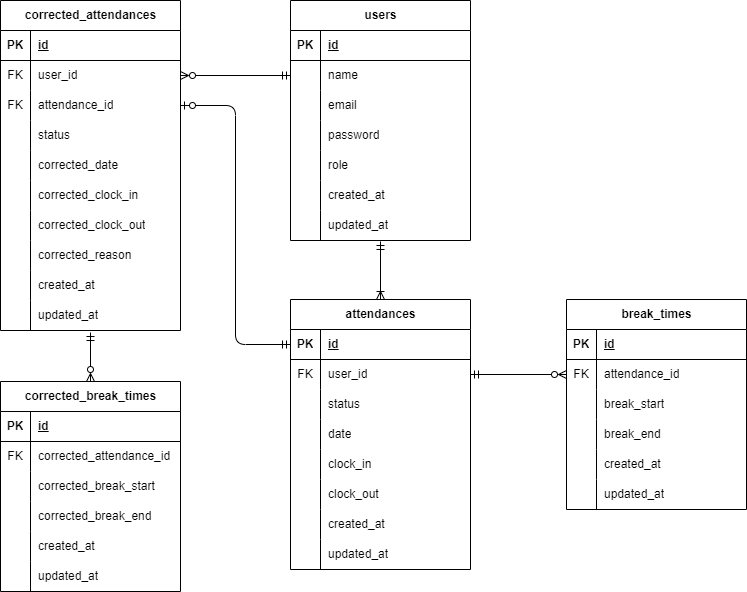
Above: attendance.drawio.png in revoLeminA/attendance (draw.io), before the change. Source tidied: cells renumbered, new cells last; positions are measured from the earlier drawing's top-left corner, leaving out a move shared by most shapes.
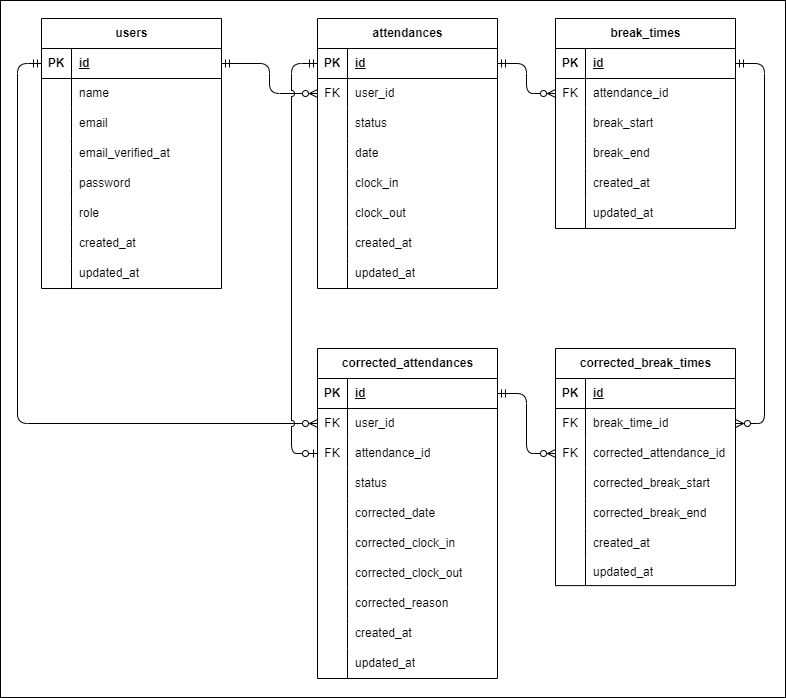
The same diagram one commit later.

Change to the diagram source:
```diff
@@ -2,8 +2,11 @@
   <root>
     <mxCell id="0" />
     <mxCell id="1" parent="0" />
+    <mxCell id="123" style="rounded=0;whiteSpace=wrap;html=1;" parent="1" vertex="1">
+      <mxGeometry x="-9" y="-46" width="785" height="697" as="geometry" />
+    </mxCell>
     <mxCell id="2" value="users" style="shape=table;startSize=30;rowLines=0;fontStyle=1;align=center;html=1;" parent="1" vertex="1">
-      <mxGeometry x="290" width="180" height="240" as="geometry" />
+      <mxGeometry x="32" y="-28" width="180" height="270" as="geometry" />
     </mxCell>
     <mxCell id="3" style="shape=tableRow;horizontal=0;startSize=0;swimlaneHead=0;swimlaneBody=0;fillColor=none;points=[[0,0.5],[1,0.5]];portConstraint=eastwest;top=0;left=0;right=0;bottom=1;" parent="2" vertex="1">
       <mxGeometry y="30" width="180" height="30" as="geometry" />
@@ -32,8 +35,17 @@
     <mxCell id="11" value="email" style="shape=partialRectangle;fillColor=none;top=0;left=0;bottom=0;right=0;align=left;spacingLeft=6;overflow=hidden;whiteSpace=wrap;html=1;" parent="9" vertex="1">
       <mxGeometry x="30" width="150" height="30" as="geometry" />
     </mxCell>
+    <mxCell id="124" style="shape=tableRow;horizontal=0;startSize=0;swimlaneHead=0;swimlaneBody=0;fillColor=none;top=0;left=0;right=0;bottom=0;" parent="2" vertex="1">
+      <mxGeometry y="120" width="180" height="30" as="geometry" />
+    </mxCell>
+    <mxCell id="125" style="shape=partialRectangle;fillColor=none;top=0;left=0;bottom=0;right=0;overflow=hidden;whiteSpace=wrap;html=1;" parent="124" vertex="1">
+      <mxGeometry width="30" height="30" as="geometry" />
+    </mxCell>
+    <mxCell id="126" value="email_verified_at" style="shape=partialRectangle;fillColor=none;top=0;left=0;bottom=0;right=0;align=left;spacingLeft=6;overflow=hidden;whiteSpace=wrap;html=1;" parent="124" vertex="1">
+      <mxGeometry x="30" width="150" height="30" as="geometry" />
+    </mxCell>
     <mxCell id="12" style="shape=tableRow;horizontal=0;startSize=0;swimlaneHead=0;swimlaneBody=0;fillColor=none;top=0;left=0;right=0;bottom=0;" parent="2" vertex="1">
-      <mxGeometry y="120" width="180" height="30" as="geometry" />
+      <mxGeometry y="150" width="180" height="30" as="geometry" />
     </mxCell>
     <mxCell id="13" style="shape=partialRectangle;fillColor=none;top=0;left=0;bottom=0;right=0;overflow=hidden;whiteSpace=wrap;html=1;" parent="12" vertex="1">
       <mxGeometry width="30" height="30" as="geometry" />
@@ -42,7 +54,7 @@
       <mxGeometry x="30" width="150" height="30" as="geometry" />
     </mxCell>
     <mxCell id="15" style="shape=tableRow;horizontal=0;startSize=0;swimlaneHead=0;swimlaneBody=0;fillColor=none;top=0;left=0;right=0;bottom=0;" parent="2" vertex="1">
-      <mxGeometry y="150" width="180" height="30" as="geometry" />
+      <mxGeometry y="180" width="180" height="30" as="geometry" />
     </mxCell>
     <mxCell id="16" style="shape=partialRectangle;fillColor=none;top=0;left=0;bottom=0;right=0;overflow=hidden;whiteSpace=wrap;html=1;" parent="15" vertex="1">
       <mxGeometry width="30" height="30" as="geometry" />
@@ -51,7 +63,7 @@
       <mxGeometry x="30" width="150" height="30" as="geometry" />
     </mxCell>
     <mxCell id="18" style="shape=tableRow;horizontal=0;startSize=0;swimlaneHead=0;swimlaneBody=0;fillColor=none;top=0;left=0;right=0;bottom=0;" parent="2" vertex="1">
-      <mxGeometry y="180" width="180" height="30" as="geometry" />
+      <mxGeometry y="210" width="180" height="30" as="geometry" />
     </mxCell>
     <mxCell id="19" style="shape=partialRectangle;fillColor=none;top=0;left=0;bottom=0;right=0;overflow=hidden;whiteSpace=wrap;html=1;" parent="18" vertex="1">
       <mxGeometry width="30" height="30" as="geometry" />
@@ -60,7 +72,7 @@
       <mxGeometry x="30" width="150" height="30" as="geometry" />
     </mxCell>
     <mxCell id="21" style="shape=tableRow;horizontal=0;startSize=0;swimlaneHead=0;swimlaneBody=0;fillColor=none;points=[[0,0.5],[1,0.5]];portConstraint=eastwest;top=0;left=0;right=0;bottom=0;" parent="2" vertex="1">
-      <mxGeometry y="210" width="180" height="30" as="geometry" />
+      <mxGeometry y="240" width="180" height="30" as="geometry" />
     </mxCell>
     <mxCell id="22" style="shape=partialRectangle;fillColor=none;top=0;left=0;bottom=0;right=0;overflow=hidden;whiteSpace=wrap;html=1;" parent="21" vertex="1">
       <mxGeometry width="30" height="30" as="geometry" />
@@ -69,7 +81,7 @@
       <mxGeometry x="30" width="150" height="30" as="geometry" />
     </mxCell>
     <mxCell id="24" value="attendances" style="shape=table;startSize=30;rowLines=0;fontStyle=1;align=center;html=1;" parent="1" vertex="1">
-      <mxGeometry x="290" y="299" width="180" height="270" as="geometry" />
+      <mxGeometry x="308" y="-28" width="180" height="270" as="geometry" />
     </mxCell>
     <mxCell id="25" style="shape=tableRow;horizontal=0;startSize=0;swimlaneHead=0;swimlaneBody=0;fillColor=none;points=[[0,0.5],[1,0.5]];portConstraint=eastwest;top=0;left=0;right=0;bottom=1;" parent="24" vertex="1">
       <mxGeometry y="30" width="180" height="30" as="geometry" />
@@ -144,7 +156,7 @@
       <mxGeometry x="30" width="150" height="30" as="geometry" />
     </mxCell>
     <mxCell id="49" value="break_times" style="shape=table;startSize=30;rowLines=0;fontStyle=1;align=center;html=1;" parent="1" vertex="1">
-      <mxGeometry x="566" y="299" width="180" height="210" as="geometry" />
+      <mxGeometry x="546" y="-28" width="180" height="210" as="geometry" />
     </mxCell>
     <mxCell id="50" style="shape=tableRow;horizontal=0;startSize=0;swimlaneHead=0;swimlaneBody=0;fillColor=none;points=[[0,0.5],[1,0.5]];portConstraint=eastwest;top=0;left=0;right=0;bottom=1;" parent="49" vertex="1">
       <mxGeometry y="30" width="180" height="30" as="geometry" />
@@ -201,7 +213,7 @@
       <mxGeometry x="30" width="150" height="30" as="geometry" />
     </mxCell>
     <mxCell id="68" value="corrected_attendances" style="shape=table;startSize=30;rowLines=0;fontStyle=1;align=center;html=1;" parent="1" vertex="1">
-      <mxGeometry width="180" height="330" as="geometry" />
+      <mxGeometry x="308" y="302" width="180" height="330" as="geometry" />
     </mxCell>
     <mxCell id="69" style="shape=tableRow;horizontal=0;startSize=0;swimlaneHead=0;swimlaneBody=0;fillColor=none;points=[[0,0.5],[1,0.5]];portConstraint=eastwest;top=0;left=0;right=0;bottom=1;" parent="68" vertex="1">
       <mxGeometry y="30" width="180" height="30" as="geometry" />
@@ -294,7 +306,7 @@
       <mxGeometry x="30" width="150" height="30" as="geometry" />
     </mxCell>
     <mxCell id="99" value="corrected_break_times" style="shape=table;startSize=30;rowLines=0;fontStyle=1;align=center;html=1;" parent="1" vertex="1">
-      <mxGeometry y="381" width="180" height="210" as="geometry" />
+      <mxGeometry x="546" y="302" width="180" height="237.1" as="geometry" />
     </mxCell>
     <mxCell id="100" style="shape=tableRow;horizontal=0;startSize=0;swimlaneHead=0;swimlaneBody=0;fillColor=none;top=0;left=0;right=0;bottom=1;" parent="99" vertex="1">
       <mxGeometry y="30" width="180" height="30" as="geometry" />
@@ -305,8 +317,17 @@
     <mxCell id="102" value="id" style="shape=partialRectangle;fillColor=none;top=0;left=0;bottom=0;right=0;align=left;spacingLeft=6;fontStyle=5;overflow=hidden;whiteSpace=wrap;html=1;" parent="100" vertex="1">
       <mxGeometry x="30" width="150" height="30" as="geometry" />
     </mxCell>
+    <mxCell id="127" style="shape=tableRow;horizontal=0;startSize=0;swimlaneHead=0;swimlaneBody=0;fillColor=none;points=[[0,0.5],[1,0.5]];portConstraint=eastwest;top=0;left=0;right=0;bottom=0;" parent="99" vertex="1">
+      <mxGeometry y="60" width="180" height="30" as="geometry" />
+    </mxCell>
+    <mxCell id="128" value="FK" style="shape=partialRectangle;fillColor=none;top=0;left=0;bottom=0;right=0;overflow=hidden;whiteSpace=wrap;html=1;" parent="127" vertex="1">
+      <mxGeometry width="30" height="30" as="geometry" />
+    </mxCell>
+    <mxCell id="129" value="break_time_id" style="shape=partialRectangle;fillColor=none;top=0;left=0;bottom=0;right=0;align=left;spacingLeft=6;overflow=hidden;whiteSpace=wrap;html=1;" parent="127" vertex="1">
+      <mxGeometry x="30" width="150" height="30" as="geometry" />
+    </mxCell>
     <mxCell id="103" style="shape=tableRow;horizontal=0;startSize=0;swimlaneHead=0;swimlaneBody=0;fillColor=none;points=[[0,0.5],[1,0.5]];portConstraint=eastwest;top=0;left=0;right=0;bottom=0;" parent="99" vertex="1">
-      <mxGeometry y="60" width="180" height="30" as="geometry" />
+      <mxGeometry y="90" width="180" height="30" as="geometry" />
     </mxCell>
     <mxCell id="104" value="FK" style="shape=partialRectangle;fillColor=none;top=0;left=0;bottom=0;right=0;overflow=hidden;whiteSpace=wrap;html=1;" parent="103" vertex="1">
       <mxGeometry width="30" height="30" as="geometry" />
@@ -315,7 +336,7 @@
       <mxGeometry x="30" width="150" height="30" as="geometry" />
     </mxCell>
     <mxCell id="106" style="shape=tableRow;horizontal=0;startSize=0;swimlaneHead=0;swimlaneBody=0;fillColor=none;top=0;left=0;right=0;bottom=0;" parent="99" vertex="1">
-      <mxGeometry y="90" width="180" height="30" as="geometry" />
+      <mxGeometry y="120" width="180" height="30" as="geometry" />
     </mxCell>
     <mxCell id="107" style="shape=partialRectangle;fillColor=none;top=0;left=0;bottom=0;right=0;overflow=hidden;whiteSpace=wrap;html=1;" parent="106" vertex="1">
       <mxGeometry width="30" height="30" as="geometry" />
@@ -324,7 +345,7 @@
       <mxGeometry x="30" width="150" height="30" as="geometry" />
     </mxCell>
     <mxCell id="109" style="shape=tableRow;horizontal=0;startSize=0;swimlaneHead=0;swimlaneBody=0;fillColor=none;top=0;left=0;right=0;bottom=0;" parent="99" vertex="1">
-      <mxGeometry y="120" width="180" height="30" as="geometry" />
+      <mxGeometry y="150" width="180" height="30" as="geometry" />
     </mxCell>
     <mxCell id="110" style="shape=partialRectangle;fillColor=none;top=0;left=0;bottom=0;right=0;overflow=hidden;whiteSpace=wrap;html=1;" parent="109" vertex="1">
       <mxGeometry width="30" height="30" as="geometry" />
@@ -333,7 +354,7 @@
       <mxGeometry x="30" width="150" height="30" as="geometry" />
     </mxCell>
     <mxCell id="112" style="shape=tableRow;horizontal=0;startSize=0;swimlaneHead=0;swimlaneBody=0;fillColor=none;top=0;left=0;right=0;bottom=0;" parent="99" vertex="1">
-      <mxGeometry y="150" width="180" height="30" as="geometry" />
+      <mxGeometry y="180" width="180" height="30" as="geometry" />
     </mxCell>
     <mxCell id="113" style="shape=partialRectangle;fillColor=none;top=0;left=0;bottom=0;right=0;overflow=hidden;whiteSpace=wrap;html=1;" parent="112" vertex="1">
       <mxGeometry width="30" height="30" as="geometry" />
@@ -342,28 +363,46 @@
       <mxGeometry x="30" width="150" height="30" as="geometry" />
     </mxCell>
     <mxCell id="115" style="shape=tableRow;horizontal=0;startSize=0;swimlaneHead=0;swimlaneBody=0;fillColor=none;top=0;left=0;right=0;bottom=0;" parent="99" vertex="1">
-      <mxGeometry y="180" width="180" height="30" as="geometry" />
+      <mxGeometry y="210" width="180" height="27" as="geometry" />
     </mxCell>
     <mxCell id="116" style="shape=partialRectangle;fillColor=none;top=0;left=0;bottom=0;right=0;overflow=hidden;whiteSpace=wrap;html=1;" parent="115" vertex="1">
-      <mxGeometry width="30" height="30" as="geometry" />
+      <mxGeometry width="30" height="27" as="geometry" />
     </mxCell>
     <mxCell id="117" value="updated_at" style="shape=partialRectangle;fillColor=none;top=0;left=0;bottom=0;right=0;align=left;spacingLeft=6;overflow=hidden;whiteSpace=wrap;html=1;" parent="115" vertex="1">
-      <mxGeometry x="30" width="150" height="30" as="geometry" />
+      <mxGeometry x="30" width="150" height="27" as="geometry" />
     </mxCell>
-    <mxCell id="118" style="edgeStyle=none;html=1;exitX=0.5;exitY=0;exitDx=0;exitDy=0;entryX=0.5;entryY=1.033;entryDx=0;entryDy=0;entryPerimeter=0;endArrow=ERmandOne;endFill=0;startArrow=ERoneToMany;startFill=0;" parent="1" edge="1" source="24" target="21">
+    <mxCell id="118" style="edgeStyle=orthogonalEdgeStyle;html=1;exitX=0;exitY=0.5;exitDx=0;exitDy=0;entryX=1;entryY=0.5;entryDx=0;entryDy=0;endArrow=ERmandOne;endFill=0;startArrow=ERzeroToMany;startFill=0;" parent="1" edge="1" source="28" target="3">
       <mxGeometry relative="1" as="geometry" />
     </mxCell>
-    <mxCell id="119" style="edgeStyle=none;html=1;exitX=0;exitY=0.5;exitDx=0;exitDy=0;entryX=1;entryY=0.5;entryDx=0;entryDy=0;endArrow=ERmandOne;endFill=0;startArrow=ERzeroToMany;startFill=0;" parent="1" edge="1" source="53" target="28">
+    <mxCell id="119" style="edgeStyle=orthogonalEdgeStyle;html=1;exitX=0;exitY=0.5;exitDx=0;exitDy=0;entryX=1;entryY=0.5;entryDx=0;entryDy=0;endArrow=ERmandOne;endFill=0;startArrow=ERzeroToMany;startFill=0;" parent="1" edge="1" source="53" target="25">
       <mxGeometry relative="1" as="geometry" />
     </mxCell>
-    <mxCell id="120" style="edgeStyle=none;html=1;exitX=1;exitY=0.5;exitDx=0;exitDy=0;entryX=0;entryY=0.5;entryDx=0;entryDy=0;endArrow=ERmandOne;endFill=0;startArrow=ERzeroToMany;startFill=0;" parent="1" edge="1" source="72" target="6">
-      <mxGeometry relative="1" as="geometry" />
+    <mxCell id="120" style="edgeStyle=orthogonalEdgeStyle;html=1;exitX=0;exitY=0.5;exitDx=0;exitDy=0;entryX=0;entryY=0.5;entryDx=0;entryDy=0;endArrow=ERmandOne;endFill=0;startArrow=ERzeroToMany;startFill=0;" parent="1" edge="1" source="72" target="3">
+      <mxGeometry relative="1" as="geometry">
+        <Array as="points">
+          <mxPoint x="8" y="377" />
+          <mxPoint x="8" y="17" />
+        </Array>
+      </mxGeometry>
     </mxCell>
-    <mxCell id="121" style="edgeStyle=orthogonalEdgeStyle;html=1;exitX=1;exitY=0.5;exitDx=0;exitDy=0;entryX=0;entryY=0.5;entryDx=0;entryDy=0;endArrow=ERmandOne;endFill=0;startArrow=ERzeroToOne;startFill=0;" parent="1" edge="1" source="75" target="25">
-      <mxGeometry relative="1" as="geometry" />
+    <mxCell id="121" style="edgeStyle=orthogonalEdgeStyle;html=1;exitX=0;exitY=0.5;exitDx=0;exitDy=0;entryX=0;entryY=0.5;entryDx=0;entryDy=0;endArrow=ERmandOne;endFill=0;startArrow=ERzeroToOne;startFill=0;jumpStyle=arc;" parent="1" edge="1" source="75" target="25">
+      <mxGeometry relative="1" as="geometry">
+        <Array as="points">
+          <mxPoint x="282" y="407" />
+          <mxPoint x="282" y="17" />
+        </Array>
+      </mxGeometry>
     </mxCell>
-    <mxCell id="122" style="edgeStyle=none;html=1;exitX=0.5;exitY=0;exitDx=0;exitDy=0;entryX=0.5;entryY=1.067;entryDx=0;entryDy=0;entryPerimeter=0;endArrow=ERmandOne;endFill=0;startArrow=ERzeroToMany;startFill=0;" parent="1" edge="1" source="99" target="96">
+    <mxCell id="122" style="edgeStyle=orthogonalEdgeStyle;html=1;exitX=0;exitY=0.5;exitDx=0;exitDy=0;endArrow=ERmandOne;endFill=0;startArrow=ERzeroToMany;startFill=0;entryX=1;entryY=0.5;entryDx=0;entryDy=0;" parent="1" edge="1" source="103" target="69">
       <mxGeometry relative="1" as="geometry" />
     </mxCell>
+    <mxCell id="130" style="edgeStyle=orthogonalEdgeStyle;html=1;exitX=1;exitY=0.5;exitDx=0;exitDy=0;entryX=1;entryY=0.5;entryDx=0;entryDy=0;startArrow=ERmandOne;startFill=0;endArrow=ERzeroToMany;endFill=0;" parent="1" edge="1" source="50" target="127">
+      <mxGeometry relative="1" as="geometry">
+        <Array as="points">
+          <mxPoint x="755" y="17" />
+          <mxPoint x="755" y="377" />
+        </Array>
+      </mxGeometry>
+    </mxCell>
   </root>
 </mxGraphModel>
```
